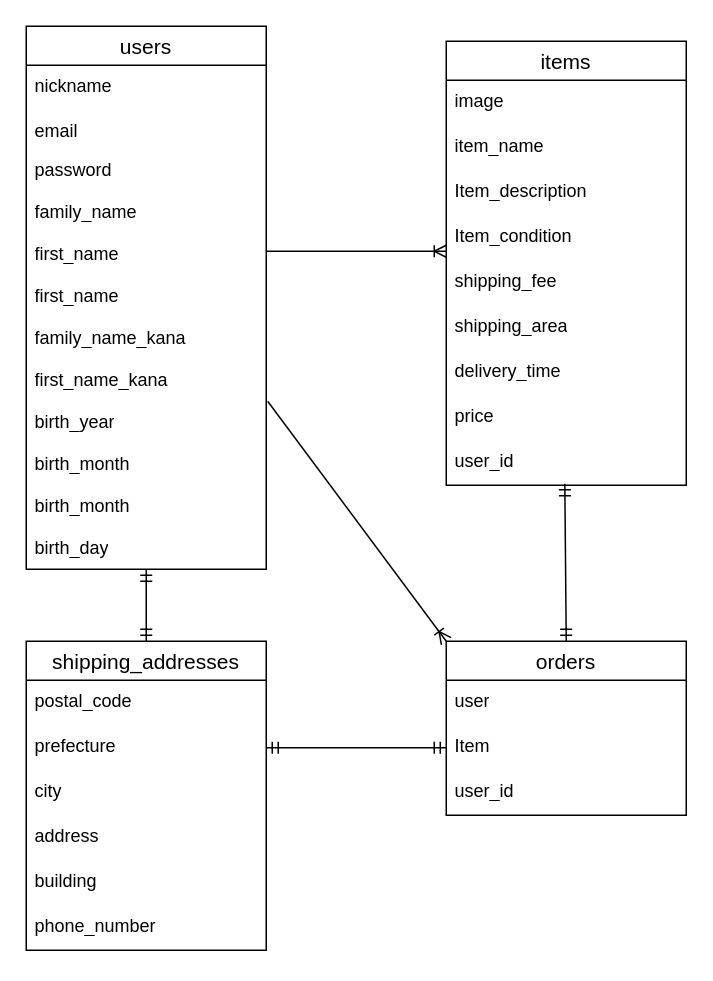
This is config/furima.dio from peach126/furima-42112, a draw.io file, before an edit. Source tidied: cells renumbered, new cells numbered last; positions are measured from the earlier drawing's top-left corner, leaving out a move shared by most shapes. Both pictures are drawn from the tidied source at 150%, with x=0, y=0 at pixel (26, 26).
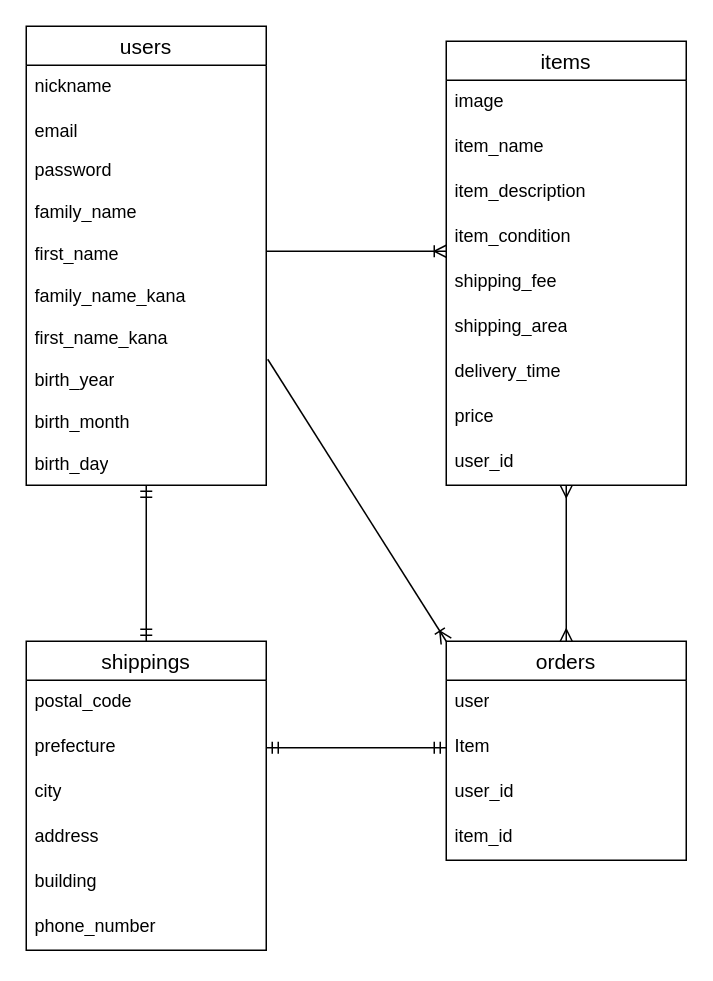
The same page after the edit.

Commit message (it also covers changes not shown here):
データベース設計 #3

Unchanged cells that the change refers to:
```xml
<mxCell id="2" value="items" style="swimlane;fontStyle=0;horizontal=1;startSize=26;align=center;fontSize=14;" parent="1" vertex="1">
  <mxGeometry x="280" y="10" width="160" height="296" as="geometry" />
</mxCell>
<mxCell id="11" value="user_id" style="text;strokeColor=none;fillColor=none;spacingLeft=4;spacingRight=4;overflow=hidden;points=[[0,0.5],[1,0.5]];portConstraint=eastwest;fontSize=12;whiteSpace=wrap;html=1;" parent="2" vertex="1">
  <mxGeometry y="266" width="160" height="30" as="geometry" />
</mxCell>
```

What changed in the source:
```diff
@@
-    <mxCell id="5" value="Item_description" style="text;strokeColor=none;fillColor=none;spacingLeft=4;spacingRight=4;overflow=hidden;fontSize=12;whiteSpace=wrap;html=1;" parent="2" vertex="1">
+    <mxCell id="5" value="item_description" style="text;strokeColor=none;fillColor=none;spacingLeft=4;spacingRight=4;overflow=hidden;fontSize=12;whiteSpace=wrap;html=1;" parent="2" vertex="1">
       <mxGeometry y="86" width="160" height="30" as="geometry" />
     </mxCell>
-    <mxCell id="6" value="Item_condition" style="text;strokeColor=none;fillColor=none;spacingLeft=4;spacingRight=4;overflow=hidden;points=[[0,0.5],[1,0.5]];portConstraint=eastwest;fontSize=12;whiteSpace=wrap;html=1;" parent="2" vertex="1">
+    <mxCell id="6" value="item_condition" style="text;strokeColor=none;fillColor=none;spacingLeft=4;spacingRight=4;overflow=hidden;points=[[0,0.5],[1,0.5]];portConstraint=eastwest;fontSize=12;whiteSpace=wrap;html=1;" parent="2" vertex="1">
       <mxGeometry y="116" width="160" height="30" as="geometry" />
     </mxCell>
@@
     <mxCell id="12" value="users" style="swimlane;fontStyle=0;horizontal=1;startSize=26;align=center;fontSize=14;" parent="1" vertex="1">
-      <mxGeometry width="160" height="362" as="geometry" />
+      <mxGeometry width="160" height="306" as="geometry" />
     </mxCell>
@@
-    <mxCell id="18" value="first_name" style="text;strokeColor=none;fillColor=none;spacingLeft=4;spacingRight=4;overflow=hidden;fontSize=12;whiteSpace=wrap;html=1;" parent="12" vertex="1">
-      <mxGeometry y="166" width="160" height="28" as="geometry" />
-    </mxCell>
     <mxCell id="19" value="&lt;span style=&quot;color: rgb(0, 0, 0);&quot;&gt;family_name_kana&lt;/span&gt;" style="text;strokeColor=none;fillColor=none;spacingLeft=4;spacingRight=4;overflow=hidden;fontSize=12;whiteSpace=wrap;html=1;" parent="12" vertex="1">
-      <mxGeometry y="194" width="160" height="28" as="geometry" />
+      <mxGeometry y="166" width="160" height="28" as="geometry" />
     </mxCell>
     <mxCell id="20" value="first_name_kana" style="text;strokeColor=none;fillColor=none;spacingLeft=4;spacingRight=4;overflow=hidden;points=[[0,0.5],[1,0.5]];portConstraint=eastwest;fontSize=12;whiteSpace=wrap;html=1;" parent="12" vertex="1">
-      <mxGeometry y="222" width="160" height="28" as="geometry" />
+      <mxGeometry y="194" width="160" height="28" as="geometry" />
     </mxCell>
     <mxCell id="21" value="birth_year" style="text;strokeColor=none;fillColor=none;spacingLeft=4;spacingRight=4;overflow=hidden;fontSize=12;whiteSpace=wrap;html=1;" parent="12" vertex="1">
-      <mxGeometry y="250" width="160" height="28" as="geometry" />
+      <mxGeometry y="222" width="160" height="28" as="geometry" />
     </mxCell>
     <mxCell id="22" value="birth_month" style="text;strokeColor=none;fillColor=none;spacingLeft=4;spacingRight=4;overflow=hidden;fontSize=12;whiteSpace=wrap;html=1;" parent="12" vertex="1">
-      <mxGeometry y="278" width="160" height="28" as="geometry" />
+      <mxGeometry y="250" width="160" height="28" as="geometry" />
     </mxCell>
-    <mxCell id="23" value="birth_month" style="text;strokeColor=none;fillColor=none;spacingLeft=4;spacingRight=4;overflow=hidden;fontSize=12;whiteSpace=wrap;html=1;" parent="12" vertex="1">
-      <mxGeometry y="306" width="160" height="28" as="geometry" />
-    </mxCell>
     <mxCell id="24" value="birth_day" style="text;strokeColor=none;fillColor=none;spacingLeft=4;spacingRight=4;overflow=hidden;points=[[0,0.5],[1,0.5]];portConstraint=eastwest;fontSize=12;whiteSpace=wrap;html=1;" parent="12" vertex="1">
-      <mxGeometry y="334" width="160" height="28" as="geometry" />
+      <mxGeometry y="278" width="160" height="28" as="geometry" />
     </mxCell>
     <mxCell id="25" value="orders" style="swimlane;fontStyle=0;horizontal=1;startSize=26;align=center;fontSize=14;" parent="1" vertex="1">
-      <mxGeometry x="280" y="410" width="160" height="116" as="geometry" />
+      <mxGeometry x="280" y="410" width="160" height="146" as="geometry" />
     </mxCell>
@@
+    <mxCell id="41" value="item_id" style="text;strokeColor=none;fillColor=none;spacingLeft=4;spacingRight=4;overflow=hidden;fontSize=12;whiteSpace=wrap;html=1;" parent="25" vertex="1">
+      <mxGeometry y="116" width="160" height="30" as="geometry" />
+    </mxCell>
-    <mxCell id="29" value="shipping_addresses" style="swimlane;fontStyle=0;horizontal=1;startSize=26;align=center;fontSize=14;" parent="1" vertex="1">
+    <mxCell id="29" value="shippings" style="swimlane;fontStyle=0;horizontal=1;startSize=26;align=center;fontSize=14;" parent="1" vertex="1">
       <mxGeometry y="410" width="160" height="206" as="geometry" />
     </mxCell>
@@
-    <mxCell id="40" style="fontSize=12;html=1;endArrow=ERmandOne;startArrow=ERmandOne;entryX=0.494;entryY=0.967;entryDx=0;entryDy=0;entryPerimeter=0;exitX=0.5;exitY=0;exitDx=0;exitDy=0;" parent="1" edge="1" source="25" target="11">
+    <mxCell id="40" style="fontSize=12;html=1;endArrow=ERmany;startArrow=ERmany;entryX=0.5;entryY=1;entryDx=0;entryDy=0;entryPerimeter=0;exitX=0.5;exitY=0;exitDx=0;exitDy=0;" parent="1" edge="1" source="25" target="11">
       <mxGeometry relative="1" as="geometry" />
     </mxCell>
```
